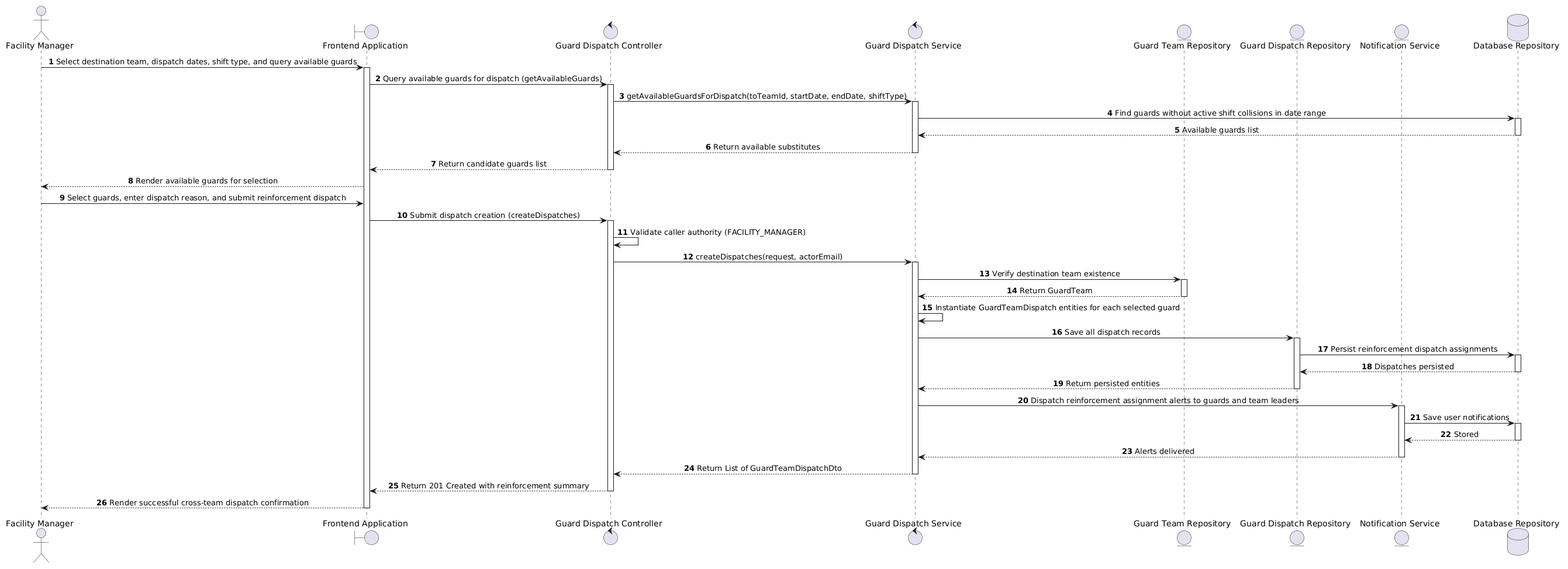
AnhHao2505/AI-Based-Intelligent-Campus-Security-Surveillance-System keeps this PlantUML diagram as docs/diagrams/seq_3.10.5.png. Above is the earlier version.
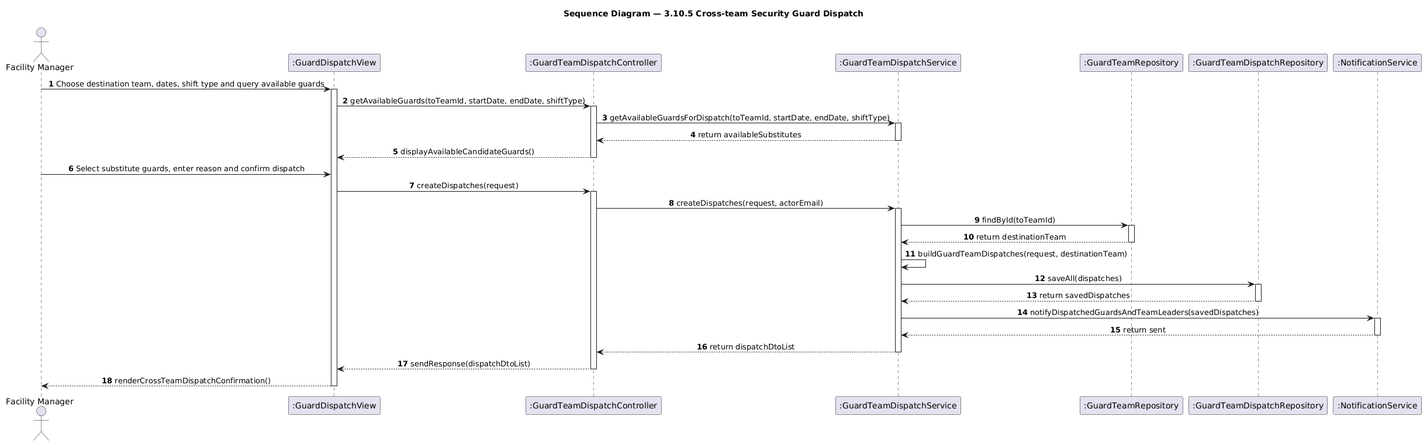
The same file after the commit.

Change to the diagram source:
```diff
@@ -1,72 +1,55 @@
 @startuml
 skinparam shadowing false
-skinparam monochrome false
-skinparam roundcorner 8
-skinparam defaultFontName Arial
 skinparam sequenceMessageAlign center
-
 autonumber
 
+title Sequence Diagram — 3.10.5 Cross-team Security Guard Dispatch
+
 actor "Facility Manager" as FM
-boundary "Frontend Application" as App
-control "Guard Dispatch Controller" as Controller
-control "Guard Dispatch Service" as Service
-entity "Guard Team Repository" as TeamRepo
-entity "Guard Dispatch Repository" as DispatchRepo
-entity "Notification Service" as Notif
-database "Database Repository" as DB
+participant ":GuardDispatchView" as View
+participant ":GuardTeamDispatchController" as Controller
+participant ":GuardTeamDispatchService" as Service
+participant ":GuardTeamRepository" as TeamRepo
+participant ":GuardTeamDispatchRepository" as DispatchRepo
+participant ":NotificationService" as Notif
 
-FM -> App : Select destination team, dispatch dates, shift type, and query available guards
-activate App
-App -> Controller : Query available guards for dispatch (getAvailableGuards)
+FM -> View : Choose destination team, dates, shift type and query available guards
+activate View
+View -> Controller : getAvailableGuards(toTeamId, startDate, endDate, shiftType)
 activate Controller
 Controller -> Service : getAvailableGuardsForDispatch(toTeamId, startDate, endDate, shiftType)
 activate Service
-Service -> DB : Find guards without active shift collisions in date range
-activate DB
-DB --> Service : Available guards list
-deactivate DB
-Service --> Controller : Return available substitutes
+Service --> Controller : return availableSubstitutes
 deactivate Service
-Controller --> App : Return candidate guards list
+Controller --> View : displayAvailableCandidateGuards()
 deactivate Controller
-App --> FM : Render available guards for selection
 
-FM -> App : Select guards, enter dispatch reason, and submit reinforcement dispatch
-App -> Controller : Submit dispatch creation (createDispatches)
+FM -> View : Select substitute guards, enter reason and confirm dispatch
+View -> Controller : createDispatches(request)
 activate Controller
-Controller -> Controller : Validate caller authority (FACILITY_MANAGER)
 Controller -> Service : createDispatches(request, actorEmail)
 activate Service
 
-Service -> TeamRepo : Verify destination team existence
+Service -> TeamRepo : findById(toTeamId)
 activate TeamRepo
-TeamRepo --> Service : Return GuardTeam
+TeamRepo --> Service : return destinationTeam
 deactivate TeamRepo
 
-Service -> Service : Instantiate GuardTeamDispatch entities for each selected guard
-Service -> DispatchRepo : Save all dispatch records
+Service -> Service : buildGuardTeamDispatches(request, destinationTeam)
+Service -> DispatchRepo : saveAll(dispatches)
 activate DispatchRepo
-DispatchRepo -> DB : Persist reinforcement dispatch assignments
-activate DB
-DB --> DispatchRepo : Dispatches persisted
-deactivate DB
-DispatchRepo --> Service : Return persisted entities
+DispatchRepo --> Service : return savedDispatches
 deactivate DispatchRepo
 
-Service -> Notif : Dispatch reinforcement assignment alerts to guards and team leaders
+Service -> Notif : notifyDispatchedGuardsAndTeamLeaders(savedDispatches)
 activate Notif
-Notif -> DB : Save user notifications
-activate DB
-DB --> Notif : Stored
-deactivate DB
-Notif --> Service : Alerts delivered
+Notif --> Service : return sent
 deactivate Notif
 
-Service --> Controller : Return List of GuardTeamDispatchDto
+Service --> Controller : return dispatchDtoList
 deactivate Service
-Controller --> App : Return 201 Created with reinforcement summary
+Controller --> View : sendResponse(dispatchDtoList)
 deactivate Controller
-App --> FM : Render successful cross-team dispatch confirmation
-deactivate App
+View --> FM : renderCrossTeamDispatchConfirmation()
+deactivate View
 @enduml
```
